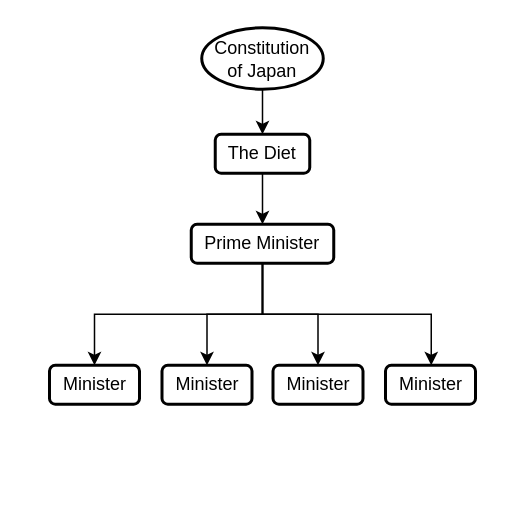
The draw.io diagram Japanese Government.drawio in benstanfish/Diagrams, before the edit. Source tidied: cells renumbered, new cells numbered last; positions are measured from the earlier drawing's top-left corner, leaving out a move shared by most shapes. Both pictures are drawn from the tidied source at 150%, with x=0, y=0 at pixel (48, 27).
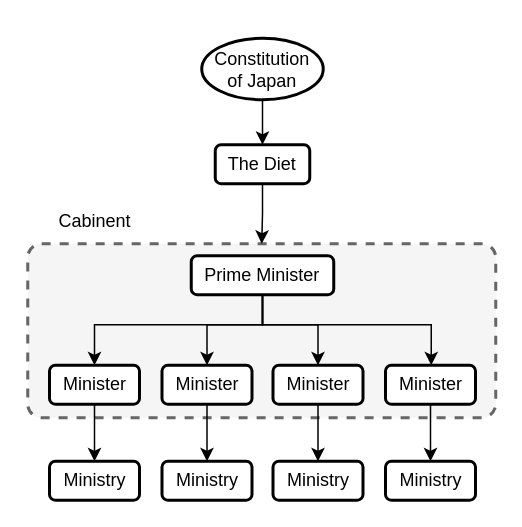
The same diagram, later.

Commit message:
Japanese Government.drawio を更新します

Unchanged cells that the change refers to:
```xml
<mxCell id="11" value="Minister" style="whiteSpace=wrap;html=1;rounded=1;strokeWidth=2;" parent="1" vertex="1">
  <mxGeometry x="0.5" y="225" width="60" height="26" as="geometry" />
</mxCell>
<mxCell id="12" value="Minister" style="whiteSpace=wrap;html=1;rounded=1;strokeWidth=2;" parent="1" vertex="1">
  <mxGeometry x="75.5" y="225" width="60" height="26" as="geometry" />
</mxCell>
<mxCell id="13" value="Minister" style="whiteSpace=wrap;html=1;rounded=1;strokeWidth=2;" parent="1" vertex="1">
  <mxGeometry x="149.5" y="225" width="60" height="26" as="geometry" />
</mxCell>
<mxCell id="14" value="Minister" style="whiteSpace=wrap;html=1;rounded=1;strokeWidth=2;" parent="1" vertex="1">
  <mxGeometry x="224.5" y="225" width="60" height="26" as="geometry" />
</mxCell>
```

What changed in the source:
```diff
@@
+    <mxCell id="15" style="rounded=1;whiteSpace=wrap;html=1;strokeWidth=2;dashed=1;fillColor=#f5f5f5;fontColor=#333333;strokeColor=#666666;labelPosition=right;verticalLabelPosition=middle;align=left;verticalAlign=middle;arcSize=8;" parent="1" vertex="1">
+      <mxGeometry x="-14" y="144" width="312" height="116" as="geometry" />
+    </mxCell>
@@
     <mxCell id="3" value="Constitution&lt;div&gt;of Japan&lt;/div&gt;" style="ellipse;whiteSpace=wrap;html=1;strokeWidth=2;" parent="1" vertex="1">
-      <mxGeometry x="102" width="81" height="41" as="geometry" />
+      <mxGeometry x="102" y="7" width="81" height="41" as="geometry" />
     </mxCell>
-    <mxCell id="4" style="edgeStyle=orthogonalEdgeStyle;rounded=0;jettySize=auto;html=1;" parent="1" edge="1" source="5" target="10">
-      <mxGeometry relative="1" as="geometry" />
-    </mxCell>
+    <mxCell id="16" style="edgeStyle=orthogonalEdgeStyle;rounded=0;jettySize=auto;html=1;entryX=0.5;entryY=0;entryDx=0;entryDy=0;" parent="1" edge="1" source="5" target="15">
+      <mxGeometry relative="1" as="geometry" />
+    </mxCell>
     <mxCell id="5" value="The Diet" style="rounded=1;whiteSpace=wrap;html=1;strokeWidth=2;" parent="1" vertex="1">
-      <mxGeometry x="111" y="71" width="63" height="26" as="geometry" />
+      <mxGeometry x="111" y="78" width="63" height="26" as="geometry" />
     </mxCell>
     <mxCell id="6" style="edgeStyle=orthogonalEdgeStyle;rounded=0;jettySize=auto;html=1;entryX=0.5;entryY=0;entryDx=0;entryDy=0;" parent="1" edge="1" source="10" target="11">
       <mxGeometry relative="1" as="geometry">
         <Array as="points">
-          <mxPoint x="143" y="191" />
-          <mxPoint x="31" y="191" />
+          <mxPoint x="143" y="198" />
+          <mxPoint x="31" y="198" />
         </Array>
       </mxGeometry>
     </mxCell>
     <mxCell id="7" style="edgeStyle=orthogonalEdgeStyle;rounded=0;jettySize=auto;html=1;entryX=0.5;entryY=0;entryDx=0;entryDy=0;" parent="1" edge="1" source="10" target="12">
-      <mxGeometry relative="1" as="geometry" />
+      <mxGeometry relative="1" as="geometry">
+        <Array as="points">
+          <mxPoint x="143" y="198" />
+          <mxPoint x="106" y="198" />
+        </Array>
+      </mxGeometry>
     </mxCell>
     <mxCell id="8" style="edgeStyle=orthogonalEdgeStyle;rounded=0;jettySize=auto;html=1;entryX=0.5;entryY=0;entryDx=0;entryDy=0;" parent="1" edge="1" source="10" target="13">
-      <mxGeometry relative="1" as="geometry" />
+      <mxGeometry relative="1" as="geometry">
+        <Array as="points">
+          <mxPoint x="143" y="198" />
+          <mxPoint x="180" y="198" />
+        </Array>
+      </mxGeometry>
     </mxCell>
     <mxCell id="9" style="edgeStyle=orthogonalEdgeStyle;rounded=0;jettySize=auto;html=1;" parent="1" edge="1" source="10" target="14">
       <mxGeometry relative="1" as="geometry">
         <Array as="points">
-          <mxPoint x="143" y="191" />
-          <mxPoint x="255" y="191" />
+          <mxPoint x="143" y="198" />
+          <mxPoint x="255" y="198" />
         </Array>
       </mxGeometry>
     </mxCell>
     <mxCell id="10" value="Prime Minister" style="whiteSpace=wrap;html=1;rounded=1;strokeWidth=2;" parent="1" vertex="1">
-      <mxGeometry x="95" y="131" width="95" height="26" as="geometry" />
+      <mxGeometry x="95" y="152" width="95" height="26" as="geometry" />
     </mxCell>
+    <mxCell id="17" style="edgeStyle=orthogonalEdgeStyle;rounded=0;jettySize=auto;html=1;" parent="1" edge="1" source="11" target="21">
+      <mxGeometry relative="1" as="geometry" />
+    </mxCell>
@@
+    <mxCell id="18" style="edgeStyle=orthogonalEdgeStyle;rounded=0;jettySize=auto;html=1;entryX=0.5;entryY=0;entryDx=0;entryDy=0;" parent="1" edge="1" source="12" target="22">
+      <mxGeometry relative="1" as="geometry" />
+    </mxCell>
@@
+    <mxCell id="19" style="edgeStyle=orthogonalEdgeStyle;rounded=0;jettySize=auto;html=1;" parent="1" edge="1" source="13" target="23">
+      <mxGeometry relative="1" as="geometry" />
+    </mxCell>
@@
+    <mxCell id="20" style="edgeStyle=orthogonalEdgeStyle;rounded=0;jettySize=auto;html=1;entryX=0.5;entryY=0;entryDx=0;entryDy=0;" parent="1" edge="1" source="14" target="24">
+      <mxGeometry relative="1" as="geometry" />
+    </mxCell>
@@
+    <mxCell id="21" value="Ministry" style="whiteSpace=wrap;html=1;rounded=1;strokeWidth=2;" parent="1" vertex="1">
+      <mxGeometry x="0.5" y="289" width="60" height="26" as="geometry" />
+    </mxCell>
+    <mxCell id="22" value="Ministry" style="whiteSpace=wrap;html=1;rounded=1;strokeWidth=2;" parent="1" vertex="1">
+      <mxGeometry x="75.5" y="289" width="60" height="26" as="geometry" />
+    </mxCell>
+    <mxCell id="23" value="Ministry" style="whiteSpace=wrap;html=1;rounded=1;strokeWidth=2;" parent="1" vertex="1">
+      <mxGeometry x="149.5" y="289" width="60" height="26" as="geometry" />
+    </mxCell>
+    <mxCell id="24" value="Ministry" style="whiteSpace=wrap;html=1;rounded=1;strokeWidth=2;" parent="1" vertex="1">
+      <mxGeometry x="224.5" y="289" width="60" height="26" as="geometry" />
+    </mxCell>
+    <mxCell id="25" value="Cabinent" style="text;html=1;align=center;verticalAlign=middle;whiteSpace=wrap;rounded=0;" parent="1" vertex="1">
+      <mxGeometry x="0.5" y="114" width="60" height="30" as="geometry" />
+    </mxCell>
```
